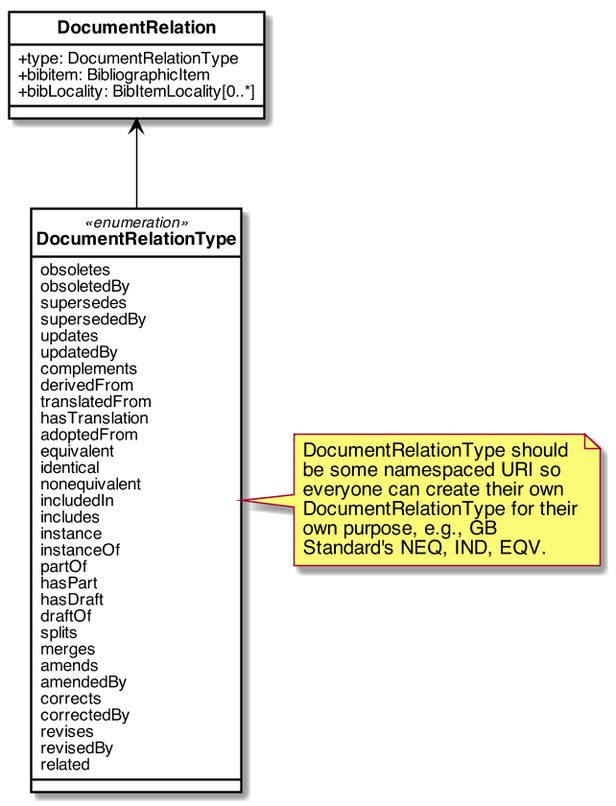
Earlier version of the PlantUML export images/RelBib_DocumentRelation.png (relaton/relaton-models).
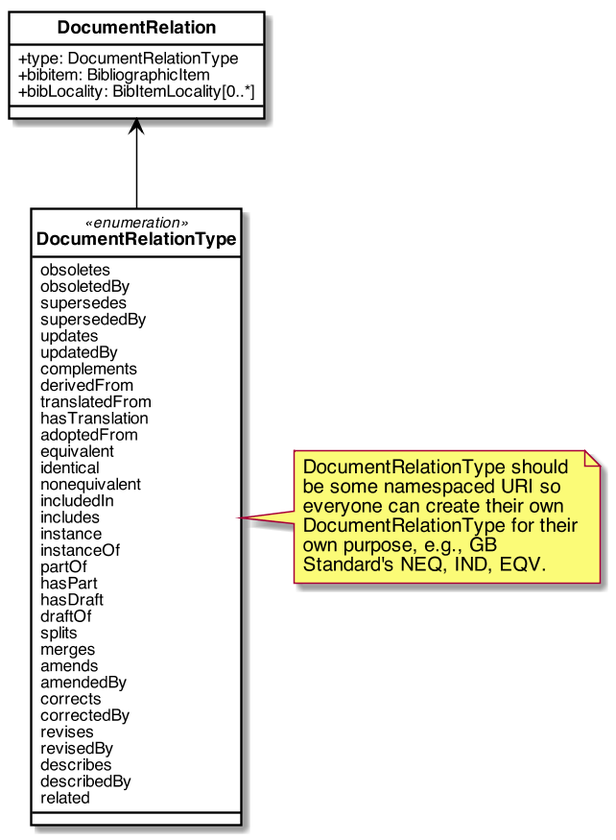
The same file after the commit.

The edit, as a diff of the source:
```diff
@@ -78,6 +78,8 @@
     correctedBy
     revises
     revisedBy
+    describes
+    describedBy
     related
 }
 
```
